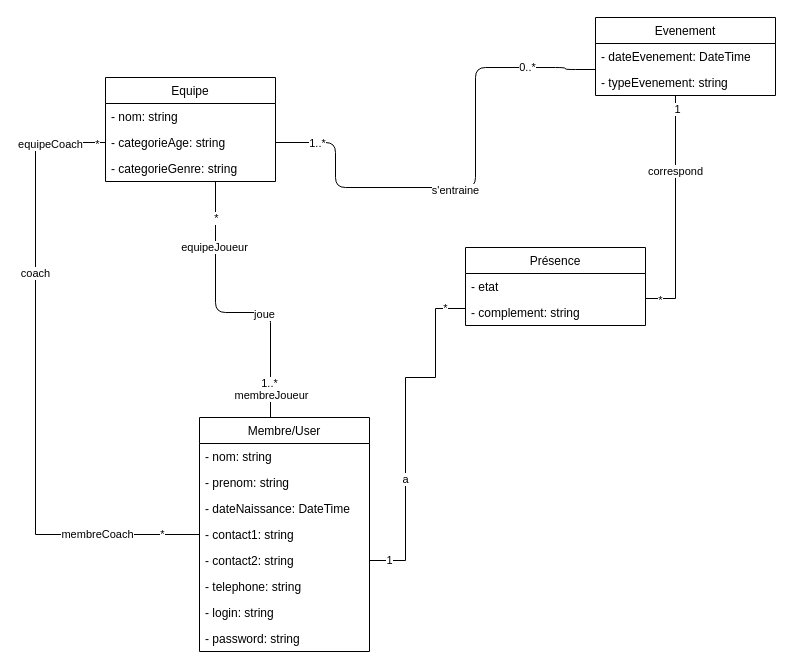
This is documentation/presenceUML.drawio from Loknit9/symfony_presence_white, a draw.io file, before an edit. Source tidied: cells renumbered, new cells numbered last; positions are measured from the earlier drawing's top-left corner, leaving out a move shared by most shapes. Both pictures are drawn from the tidied source at 100%, with x=0, y=0 at pixel (35, 17).
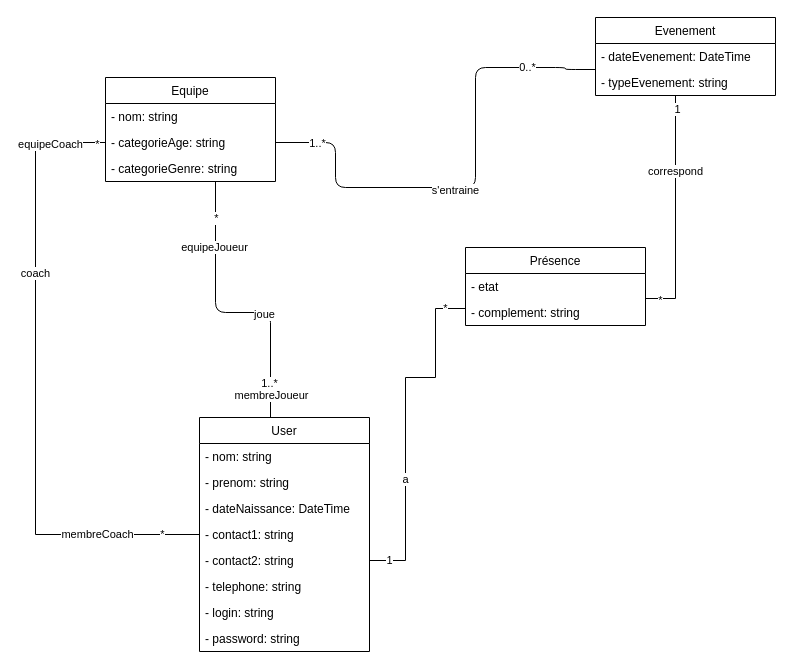
After the change.

Diff of the diagram source:
```diff
@@
-    <mxCell id="2" value="Membre/User" style="swimlane;fontStyle=0;horizontal=1;startSize=26;fillColor=none;" parent="1" vertex="1">
+    <mxCell id="2" value="User" style="swimlane;fontStyle=0;horizontal=1;startSize=26;fillColor=none;" parent="1" vertex="1">
       <mxGeometry x="164" y="400" width="170" height="234" as="geometry" />
     </mxCell>
```
